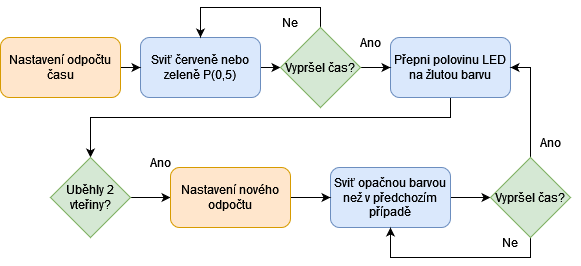
Before: text/obrazky/Klasicky_semafor_diagram.png, a diagram exported from draw.io (renata7zemanova/Semafor). Source tidied: cells renumbered, new cells last; positions are measured from the earlier drawing's top-left corner, leaving out a move shared by most shapes.
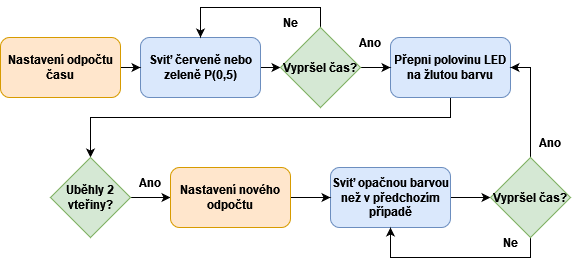
Later version of the same file.

Change to the diagram source:
```diff
@@ -2,13 +2,13 @@
   <root>
     <mxCell id="0" />
     <mxCell id="1" parent="0" />
-    <mxCell id="2" style="edgeStyle=orthogonalEdgeStyle;rounded=0;jettySize=auto;html=1;entryX=0;entryY=0.5;entryDx=0;entryDy=0;" parent="1" edge="1" source="3" target="8">
+    <mxCell id="2" style="edgeStyle=orthogonalEdgeStyle;rounded=0;jettySize=auto;html=1;entryX=0;entryY=0.5;entryDx=0;entryDy=0;fontStyle=1;" parent="1" edge="1" source="3" target="8">
       <mxGeometry relative="1" as="geometry" />
     </mxCell>
-    <mxCell id="3" value="Sviť červeně nebo zeleně P(0,5)" style="rounded=1;whiteSpace=wrap;html=1;fillColor=#dae8fc;strokeColor=#6c8ebf;" parent="1" vertex="1">
+    <mxCell id="3" value="Sviť červeně nebo zeleně P(0,5)" style="rounded=1;whiteSpace=wrap;html=1;fillColor=#dae8fc;strokeColor=#6c8ebf;fontStyle=1;" parent="1" vertex="1">
       <mxGeometry x="140" y="30" width="120" height="60" as="geometry" />
     </mxCell>
-    <mxCell id="4" style="edgeStyle=orthogonalEdgeStyle;rounded=0;jettySize=auto;html=1;entryX=0.5;entryY=0;entryDx=0;entryDy=0;startArrow=none;startFill=0;" parent="1" edge="1" source="5" target="10">
+    <mxCell id="4" style="edgeStyle=orthogonalEdgeStyle;rounded=0;jettySize=auto;html=1;entryX=0.5;entryY=0;entryDx=0;entryDy=0;startArrow=none;startFill=0;fontStyle=1;" parent="1" edge="1" source="5" target="10">
       <mxGeometry relative="1" as="geometry">
         <Array as="points">
           <mxPoint x="450" y="110" />
@@ -16,10 +16,10 @@
         </Array>
       </mxGeometry>
     </mxCell>
-    <mxCell id="5" value="Přepni polovinu LED na žlutou barvu" style="rounded=1;whiteSpace=wrap;html=1;fillColor=#dae8fc;strokeColor=#6c8ebf;" parent="1" vertex="1">
+    <mxCell id="5" value="Přepni polovinu LED na žlutou barvu" style="rounded=1;whiteSpace=wrap;html=1;fillColor=#dae8fc;strokeColor=#6c8ebf;fontStyle=1;" parent="1" vertex="1">
       <mxGeometry x="390" y="30" width="120" height="60" as="geometry" />
     </mxCell>
-    <mxCell id="6" style="edgeStyle=orthogonalEdgeStyle;rounded=0;jettySize=auto;html=1;entryX=0.5;entryY=0;entryDx=0;entryDy=0;" parent="1" edge="1" source="8" target="3">
+    <mxCell id="6" style="edgeStyle=orthogonalEdgeStyle;rounded=0;jettySize=auto;html=1;entryX=0.5;entryY=0;entryDx=0;entryDy=0;fontStyle=1;" parent="1" edge="1" source="8" target="3">
       <mxGeometry relative="1" as="geometry">
         <Array as="points">
           <mxPoint x="320" />
@@ -27,55 +27,55 @@
         </Array>
       </mxGeometry>
     </mxCell>
-    <mxCell id="7" style="edgeStyle=orthogonalEdgeStyle;rounded=0;jettySize=auto;html=1;" parent="1" edge="1" source="8" target="5">
+    <mxCell id="7" style="edgeStyle=orthogonalEdgeStyle;rounded=0;jettySize=auto;html=1;fontStyle=1;" parent="1" edge="1" source="8" target="5">
       <mxGeometry relative="1" as="geometry" />
     </mxCell>
-    <mxCell id="8" value="Vypršel čas?" style="rhombus;whiteSpace=wrap;html=1;fillColor=#d5e8d4;strokeColor=#82b366;" parent="1" vertex="1">
+    <mxCell id="8" value="Vypršel čas?" style="rhombus;whiteSpace=wrap;html=1;fillColor=#d5e8d4;strokeColor=#82b366;fontStyle=1;" parent="1" vertex="1">
       <mxGeometry x="280" y="20" width="80" height="80" as="geometry" />
     </mxCell>
-    <mxCell id="9" style="edgeStyle=orthogonalEdgeStyle;rounded=0;jettySize=auto;html=1;entryX=0;entryY=0.5;entryDx=0;entryDy=0;" parent="1" edge="1" source="10" target="19">
+    <mxCell id="9" style="edgeStyle=orthogonalEdgeStyle;rounded=0;jettySize=auto;html=1;entryX=0;entryY=0.5;entryDx=0;entryDy=0;fontStyle=1;" parent="1" edge="1" source="10" target="19">
       <mxGeometry relative="1" as="geometry" />
     </mxCell>
-    <mxCell id="10" value="Uběhly 2 vteřiny?" style="rhombus;whiteSpace=wrap;html=1;fillColor=#d5e8d4;strokeColor=#82b366;" parent="1" vertex="1">
+    <mxCell id="10" value="Uběhly 2 vteřiny?" style="rhombus;whiteSpace=wrap;html=1;fillColor=#d5e8d4;strokeColor=#82b366;fontStyle=1;" parent="1" vertex="1">
       <mxGeometry x="50" y="150" width="80" height="80" as="geometry" />
     </mxCell>
-    <mxCell id="11" style="edgeStyle=orthogonalEdgeStyle;rounded=0;jettySize=auto;html=1;" parent="1" edge="1" source="12" target="3">
+    <mxCell id="11" style="edgeStyle=orthogonalEdgeStyle;rounded=0;jettySize=auto;html=1;fontStyle=1;" parent="1" edge="1" source="12" target="3">
       <mxGeometry relative="1" as="geometry" />
     </mxCell>
-    <mxCell id="12" value="Nastavení odpočtu času" style="rounded=1;whiteSpace=wrap;html=1;fillColor=#ffe6cc;strokeColor=#d79b00;" parent="1" vertex="1">
+    <mxCell id="12" value="Nastavení odpočtu času" style="rounded=1;whiteSpace=wrap;html=1;fillColor=#ffe6cc;strokeColor=#d79b00;fontStyle=1;" parent="1" vertex="1">
       <mxGeometry y="30" width="120" height="60" as="geometry" />
     </mxCell>
-    <mxCell id="13" value="Ano" style="text;html=1;strokeColor=none;fillColor=none;align=center;verticalAlign=middle;whiteSpace=wrap;rounded=0;" parent="1" vertex="1">
+    <mxCell id="13" value="Ano" style="text;html=1;strokeColor=none;fillColor=none;align=center;verticalAlign=middle;whiteSpace=wrap;rounded=0;fontStyle=1;" parent="1" vertex="1">
       <mxGeometry x="520" y="120" width="60" height="30" as="geometry" />
     </mxCell>
-    <mxCell id="14" value="&lt;div&gt;Ne&lt;/div&gt;" style="text;html=1;strokeColor=none;fillColor=none;align=center;verticalAlign=middle;whiteSpace=wrap;rounded=0;" parent="1" vertex="1">
+    <mxCell id="14" value="&lt;div&gt;Ne&lt;/div&gt;" style="text;html=1;strokeColor=none;fillColor=none;align=center;verticalAlign=middle;whiteSpace=wrap;rounded=0;fontStyle=1;" parent="1" vertex="1">
       <mxGeometry x="480" y="220" width="60" height="30" as="geometry" />
     </mxCell>
-    <mxCell id="15" value="Ano" style="text;html=1;strokeColor=none;fillColor=none;align=center;verticalAlign=middle;whiteSpace=wrap;rounded=0;" parent="1" vertex="1">
+    <mxCell id="15" value="Ano" style="text;html=1;strokeColor=none;fillColor=none;align=center;verticalAlign=middle;whiteSpace=wrap;rounded=0;fontStyle=1;" parent="1" vertex="1">
       <mxGeometry x="340" y="20" width="60" height="30" as="geometry" />
     </mxCell>
-    <mxCell id="16" style="edgeStyle=orthogonalEdgeStyle;rounded=0;jettySize=auto;html=1;entryX=0;entryY=0.5;entryDx=0;entryDy=0;" parent="1" edge="1" source="17" target="24">
+    <mxCell id="16" style="edgeStyle=orthogonalEdgeStyle;rounded=0;jettySize=auto;html=1;entryX=0;entryY=0.5;entryDx=0;entryDy=0;fontStyle=1;" parent="1" edge="1" source="17" target="24">
       <mxGeometry relative="1" as="geometry" />
     </mxCell>
-    <mxCell id="17" value="Sviť opačnou barvou než v předchozím případě" style="rounded=1;whiteSpace=wrap;html=1;fillColor=#dae8fc;strokeColor=#6c8ebf;" parent="1" vertex="1">
+    <mxCell id="17" value="Sviť opačnou barvou než v předchozím případě" style="rounded=1;whiteSpace=wrap;html=1;fillColor=#dae8fc;strokeColor=#6c8ebf;fontStyle=1;" parent="1" vertex="1">
       <mxGeometry x="330" y="160" width="120" height="60" as="geometry" />
     </mxCell>
-    <mxCell id="18" style="edgeStyle=orthogonalEdgeStyle;rounded=0;jettySize=auto;html=1;" parent="1" edge="1" source="19" target="17">
+    <mxCell id="18" style="edgeStyle=orthogonalEdgeStyle;rounded=0;jettySize=auto;html=1;fontStyle=1;" parent="1" edge="1" source="19" target="17">
       <mxGeometry relative="1" as="geometry" />
     </mxCell>
-    <mxCell id="19" value="Nastavení nového odpočtu" style="rounded=1;whiteSpace=wrap;html=1;fillColor=#ffe6cc;strokeColor=#d79b00;" parent="1" vertex="1">
+    <mxCell id="19" value="Nastavení nového odpočtu" style="rounded=1;whiteSpace=wrap;html=1;fillColor=#ffe6cc;strokeColor=#d79b00;fontStyle=1;" parent="1" vertex="1">
       <mxGeometry x="170" y="160" width="120" height="60" as="geometry" />
     </mxCell>
-    <mxCell id="20" value="&lt;div&gt;Ne&lt;/div&gt;" style="text;html=1;strokeColor=none;fillColor=none;align=center;verticalAlign=middle;whiteSpace=wrap;rounded=0;" parent="1" vertex="1">
+    <mxCell id="20" value="&lt;div&gt;Ne&lt;/div&gt;" style="text;html=1;strokeColor=none;fillColor=none;align=center;verticalAlign=middle;whiteSpace=wrap;rounded=0;fontStyle=1;" parent="1" vertex="1">
       <mxGeometry x="260" width="60" height="30" as="geometry" />
     </mxCell>
-    <mxCell id="21" value="Ano" style="text;html=1;strokeColor=none;fillColor=none;align=center;verticalAlign=middle;whiteSpace=wrap;rounded=0;" parent="1" vertex="1">
-      <mxGeometry x="130" y="140" width="60" height="30" as="geometry" />
+    <mxCell id="21" value="Ano" style="text;html=1;strokeColor=none;fillColor=none;align=center;verticalAlign=middle;whiteSpace=wrap;rounded=0;fontStyle=1;" parent="1" vertex="1">
+      <mxGeometry x="120" y="160" width="60" height="30" as="geometry" />
     </mxCell>
-    <mxCell id="22" style="edgeStyle=orthogonalEdgeStyle;rounded=0;jettySize=auto;html=1;entryX=1;entryY=0.5;entryDx=0;entryDy=0;" parent="1" edge="1" source="24" target="5">
+    <mxCell id="22" style="edgeStyle=orthogonalEdgeStyle;rounded=0;jettySize=auto;html=1;entryX=1;entryY=0.5;entryDx=0;entryDy=0;fontStyle=1;" parent="1" edge="1" source="24" target="5">
       <mxGeometry relative="1" as="geometry" />
     </mxCell>
-    <mxCell id="23" style="edgeStyle=orthogonalEdgeStyle;rounded=0;jettySize=auto;html=1;entryX=0.5;entryY=1;entryDx=0;entryDy=0;" parent="1" edge="1" source="24" target="17">
+    <mxCell id="23" style="edgeStyle=orthogonalEdgeStyle;rounded=0;jettySize=auto;html=1;entryX=0.5;entryY=1;entryDx=0;entryDy=0;fontStyle=1;" parent="1" edge="1" source="24" target="17">
       <mxGeometry relative="1" as="geometry">
         <Array as="points">
           <mxPoint x="530" y="250" />
@@ -83,7 +83,7 @@
         </Array>
       </mxGeometry>
     </mxCell>
-    <mxCell id="24" value="Vypršel čas?" style="rhombus;whiteSpace=wrap;html=1;fillColor=#d5e8d4;strokeColor=#82b366;" parent="1" vertex="1">
+    <mxCell id="24" value="Vypršel čas?" style="rhombus;whiteSpace=wrap;html=1;fillColor=#d5e8d4;strokeColor=#82b366;fontStyle=1;" parent="1" vertex="1">
       <mxGeometry x="490" y="150" width="80" height="80" as="geometry" />
     </mxCell>
   </root>
```
